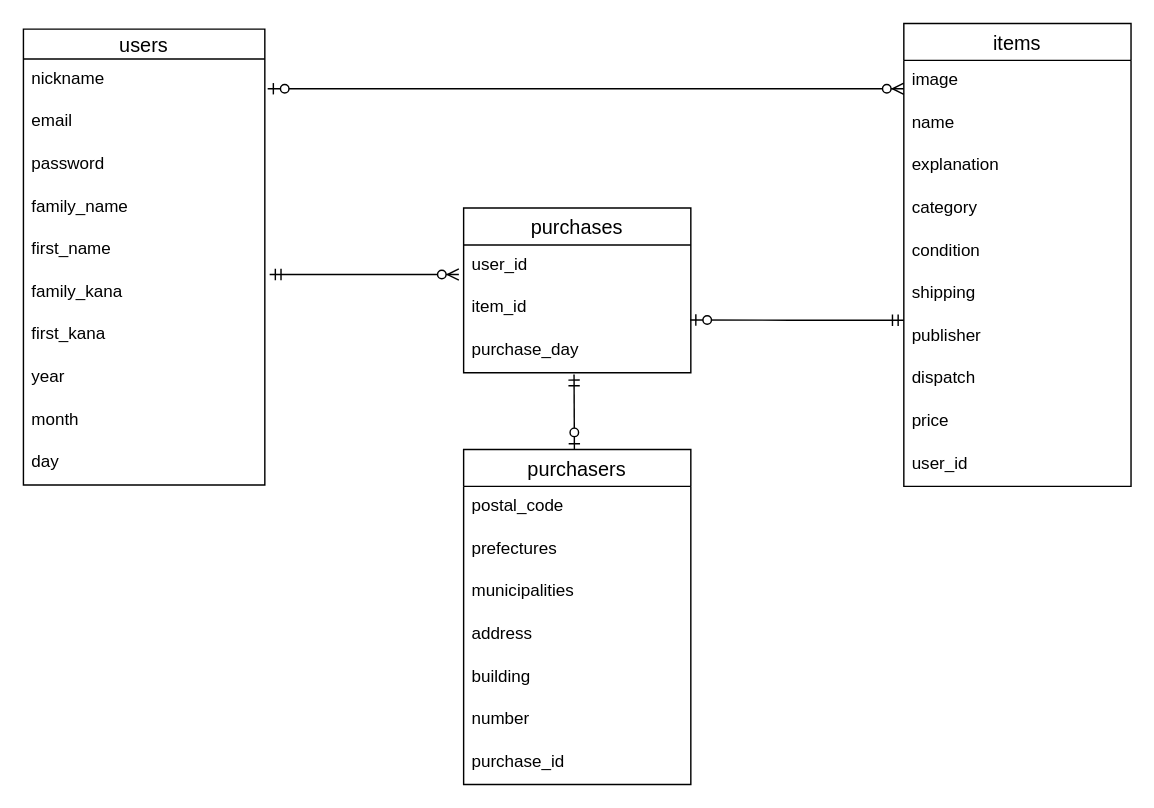
86okimasa/furima-31128 keeps this draw.io diagram as furima.dio. Above is the earlier version. Source tidied: cells renumbered, new cells numbered last; positions are measured from the earlier drawing's top-left corner, leaving out a move shared by most shapes. Both pictures are drawn from the tidied source at 142%, with x=0, y=0 at pixel (23, 23).
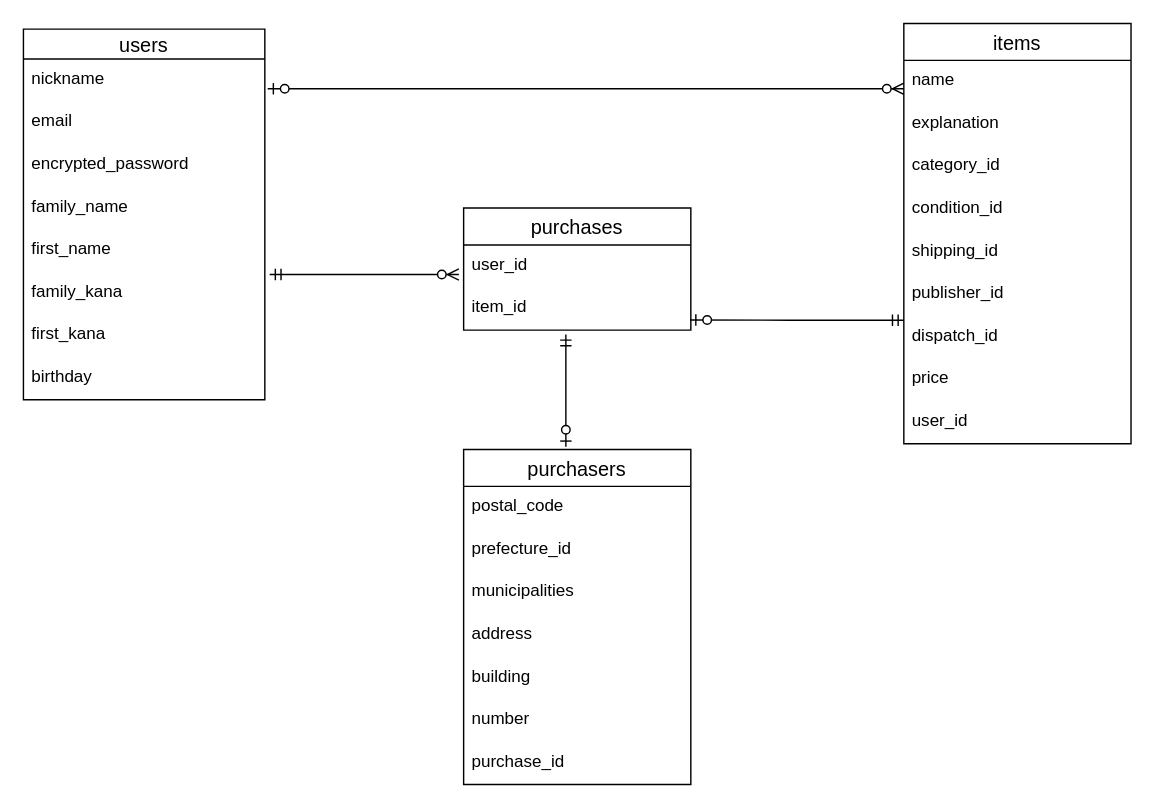
After the change.

Commit message (it also covers changes not shown here):
ER図とREADMEの修正

The change refers to these unchanged cells:
```xml
<mxCell id="18" value="purchasers" style="swimlane;fontStyle=0;horizontal=1;startSize=26;align=center;fontSize=14;" parent="1" vertex="1">
  <mxGeometry x="310" y="300" width="160" height="236" as="geometry" />
</mxCell>
```

What changed in the source:
```diff
@@
     <mxCell id="2" value="users" style="swimlane;fontStyle=0;horizontal=1;startSize=21;align=center;fontSize=14;" parent="1" vertex="1">
-      <mxGeometry y="4" width="170" height="321" as="geometry" />
+      <mxGeometry y="4" width="170" height="261" as="geometry" />
     </mxCell>
@@
-    <mxCell id="5" value="password" style="text;strokeColor=none;fillColor=none;spacingLeft=4;spacingRight=4;overflow=hidden;fontSize=12;" parent="2" vertex="1">
+    <mxCell id="5" value="encrypted_password" style="text;strokeColor=none;fillColor=none;spacingLeft=4;spacingRight=4;overflow=hidden;fontSize=12;" parent="2" vertex="1">
       <mxGeometry y="81" width="170" height="30" as="geometry" />
     </mxCell>
@@
-    <mxCell id="10" value="year" style="text;strokeColor=none;fillColor=none;spacingLeft=4;spacingRight=4;overflow=hidden;fontSize=12;" parent="2" vertex="1">
+    <mxCell id="10" value="birthday" style="text;strokeColor=none;fillColor=none;spacingLeft=4;spacingRight=4;overflow=hidden;fontSize=12;" parent="2" vertex="1">
       <mxGeometry y="231" width="170" height="30" as="geometry" />
     </mxCell>
-    <mxCell id="11" value="month" style="text;strokeColor=none;fillColor=none;spacingLeft=4;spacingRight=4;overflow=hidden;fontSize=12;" parent="2" vertex="1">
-      <mxGeometry y="261" width="170" height="30" as="geometry" />
-    </mxCell>
-    <mxCell id="12" value="day" style="text;strokeColor=none;fillColor=none;spacingLeft=4;spacingRight=4;overflow=hidden;fontSize=12;" parent="2" vertex="1">
-      <mxGeometry y="291" width="170" height="30" as="geometry" />
-    </mxCell>
@@
     <mxCell id="14" value="purchases" style="swimlane;fontStyle=0;horizontal=1;startSize=26;align=center;fontSize=14;" parent="1" vertex="1">
-      <mxGeometry x="310" y="130" width="160" height="116" as="geometry" />
+      <mxGeometry x="310" y="130" width="160" height="86" as="geometry" />
     </mxCell>
@@
-    <mxCell id="17" value="purchase_day" style="text;strokeColor=none;fillColor=none;spacingLeft=4;spacingRight=4;overflow=hidden;points=[[0,0.5],[1,0.5]];portConstraint=eastwest;fontSize=12;" parent="14" vertex="1">
-      <mxGeometry y="86" width="160" height="30" as="geometry" />
-    </mxCell>
@@
-    <mxCell id="20" value="prefectures" style="text;strokeColor=none;fillColor=none;spacingLeft=4;spacingRight=4;overflow=hidden;fontSize=12;" parent="18" vertex="1">
+    <mxCell id="20" value="prefecture_id" style="text;strokeColor=none;fillColor=none;spacingLeft=4;spacingRight=4;overflow=hidden;fontSize=12;" parent="18" vertex="1">
       <mxGeometry y="56" width="160" height="30" as="geometry" />
     </mxCell>
@@
     <mxCell id="26" value="items" style="swimlane;fontStyle=0;horizontal=1;startSize=26;align=center;fontSize=14;" parent="1" vertex="1">
-      <mxGeometry x="620" width="160" height="326" as="geometry" />
+      <mxGeometry x="620" width="160" height="296" as="geometry" />
     </mxCell>
-    <mxCell id="27" value="image" style="text;strokeColor=none;fillColor=none;spacingLeft=4;spacingRight=4;overflow=hidden;fontSize=12;" parent="26" vertex="1">
-      <mxGeometry y="26" width="160" height="30" as="geometry" />
-    </mxCell>
     <mxCell id="28" value="name" style="text;strokeColor=none;fillColor=none;spacingLeft=4;spacingRight=4;overflow=hidden;fontSize=12;" parent="26" vertex="1">
-      <mxGeometry y="56" width="160" height="30" as="geometry" />
+      <mxGeometry y="26" width="160" height="30" as="geometry" />
     </mxCell>
     <mxCell id="29" value="explanation" style="text;strokeColor=none;fillColor=none;spacingLeft=4;spacingRight=4;overflow=hidden;fontSize=12;" parent="26" vertex="1">
-      <mxGeometry y="86" width="160" height="30" as="geometry" />
+      <mxGeometry y="56" width="160" height="30" as="geometry" />
     </mxCell>
-    <mxCell id="30" value="category" style="text;strokeColor=none;fillColor=none;spacingLeft=4;spacingRight=4;overflow=hidden;fontSize=12;" parent="26" vertex="1">
-      <mxGeometry y="116" width="160" height="30" as="geometry" />
+    <mxCell id="30" value="category_id" style="text;strokeColor=none;fillColor=none;spacingLeft=4;spacingRight=4;overflow=hidden;fontSize=12;" parent="26" vertex="1">
+      <mxGeometry y="86" width="160" height="30" as="geometry" />
     </mxCell>
-    <mxCell id="31" value="condition" style="text;strokeColor=none;fillColor=none;spacingLeft=4;spacingRight=4;overflow=hidden;fontSize=12;" parent="26" vertex="1">
-      <mxGeometry y="146" width="160" height="30" as="geometry" />
+    <mxCell id="31" value="condition_id" style="text;strokeColor=none;fillColor=none;spacingLeft=4;spacingRight=4;overflow=hidden;fontSize=12;" parent="26" vertex="1">
+      <mxGeometry y="116" width="160" height="30" as="geometry" />
     </mxCell>
-    <mxCell id="32" value="shipping" style="text;strokeColor=none;fillColor=none;spacingLeft=4;spacingRight=4;overflow=hidden;fontSize=12;" parent="26" vertex="1">
-      <mxGeometry y="176" width="160" height="30" as="geometry" />
+    <mxCell id="32" value="shipping_id" style="text;strokeColor=none;fillColor=none;spacingLeft=4;spacingRight=4;overflow=hidden;fontSize=12;" parent="26" vertex="1">
+      <mxGeometry y="146" width="160" height="30" as="geometry" />
     </mxCell>
-    <mxCell id="33" value="publisher" style="text;strokeColor=none;fillColor=none;spacingLeft=4;spacingRight=4;overflow=hidden;fontSize=12;" parent="26" vertex="1">
-      <mxGeometry y="206" width="160" height="30" as="geometry" />
+    <mxCell id="33" value="publisher_id" style="text;strokeColor=none;fillColor=none;spacingLeft=4;spacingRight=4;overflow=hidden;fontSize=12;" parent="26" vertex="1">
+      <mxGeometry y="176" width="160" height="30" as="geometry" />
     </mxCell>
-    <mxCell id="34" value="dispatch" style="text;strokeColor=none;fillColor=none;spacingLeft=4;spacingRight=4;overflow=hidden;fontSize=12;" parent="26" vertex="1">
-      <mxGeometry y="236" width="160" height="30" as="geometry" />
+    <mxCell id="34" value="dispatch_id" style="text;strokeColor=none;fillColor=none;spacingLeft=4;spacingRight=4;overflow=hidden;fontSize=12;" parent="26" vertex="1">
+      <mxGeometry y="206" width="160" height="30" as="geometry" />
     </mxCell>
     <mxCell id="35" value="price" style="text;strokeColor=none;fillColor=none;spacingLeft=4;spacingRight=4;overflow=hidden;fontSize=12;" parent="26" vertex="1">
-      <mxGeometry y="266" width="160" height="30" as="geometry" />
+      <mxGeometry y="236" width="160" height="30" as="geometry" />
     </mxCell>
     <mxCell id="36" value="user_id" style="text;strokeColor=none;fillColor=none;spacingLeft=4;spacingRight=4;overflow=hidden;fontSize=12;" parent="26" vertex="1">
-      <mxGeometry y="296" width="160" height="30" as="geometry" />
+      <mxGeometry y="266" width="160" height="30" as="geometry" />
     </mxCell>
@@
-    <mxCell id="38" style="fontSize=12;html=1;endArrow=ERzeroToOne;startArrow=ERmandOne;strokeWidth=1;exitX=0.486;exitY=1.039;exitDx=0;exitDy=0;exitPerimeter=0;" parent="1" edge="1" source="17">
+    <mxCell id="38" style="fontSize=12;html=1;endArrow=ERzeroToOne;startArrow=ERmandOne;strokeWidth=1;entryX=0.45;entryY=-0.008;entryDx=0;entryDy=0;entryPerimeter=0;" parent="1" edge="1" target="18">
       <mxGeometry relative="1" as="geometry">
-        <mxPoint x="388" y="300" as="targetPoint" />
+        <mxPoint x="382" y="219" as="sourcePoint" />
       </mxGeometry>
     </mxCell>
```
